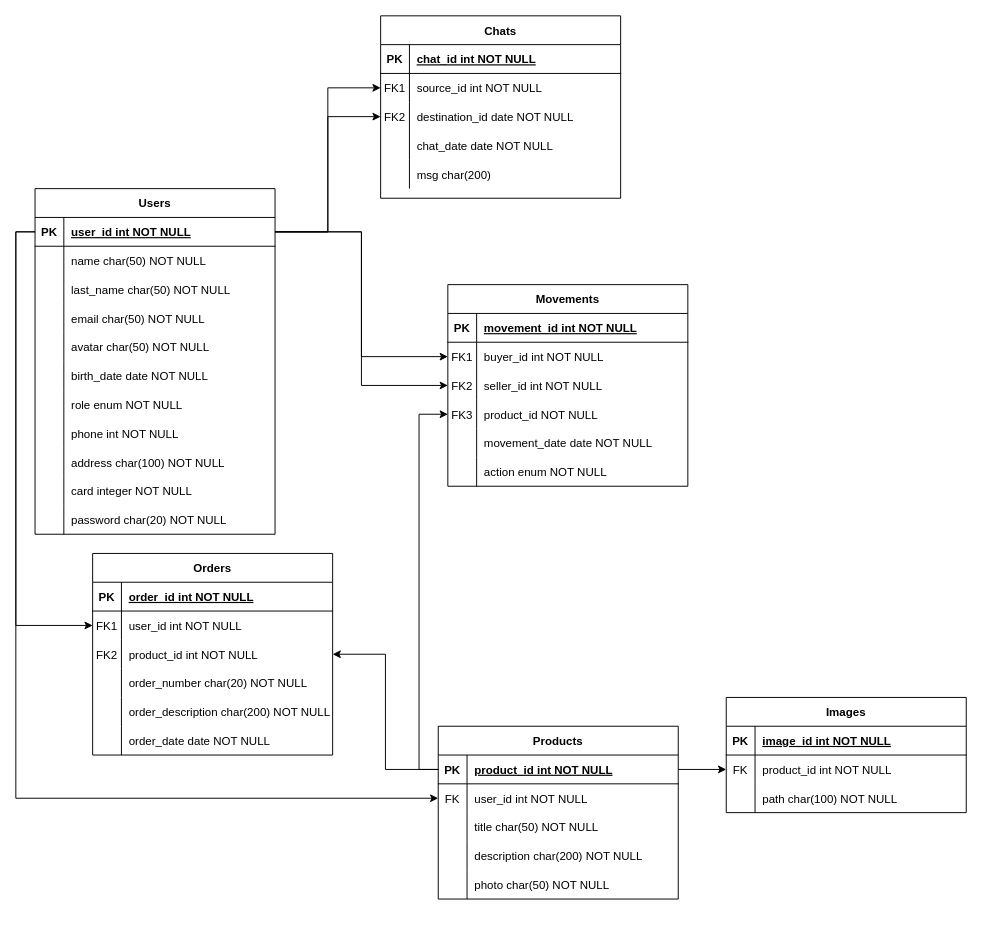
Earlier version of the draw.io diagram images/diagram3.drawio (adrianoosses/final-back). Source tidied: cells renumbered, new cells numbered last; positions are measured from the earlier drawing's top-left corner, leaving out a move shared by most shapes. Both pictures are drawn from the tidied source at 96%, with x=0, y=0 at pixel (35, 15).
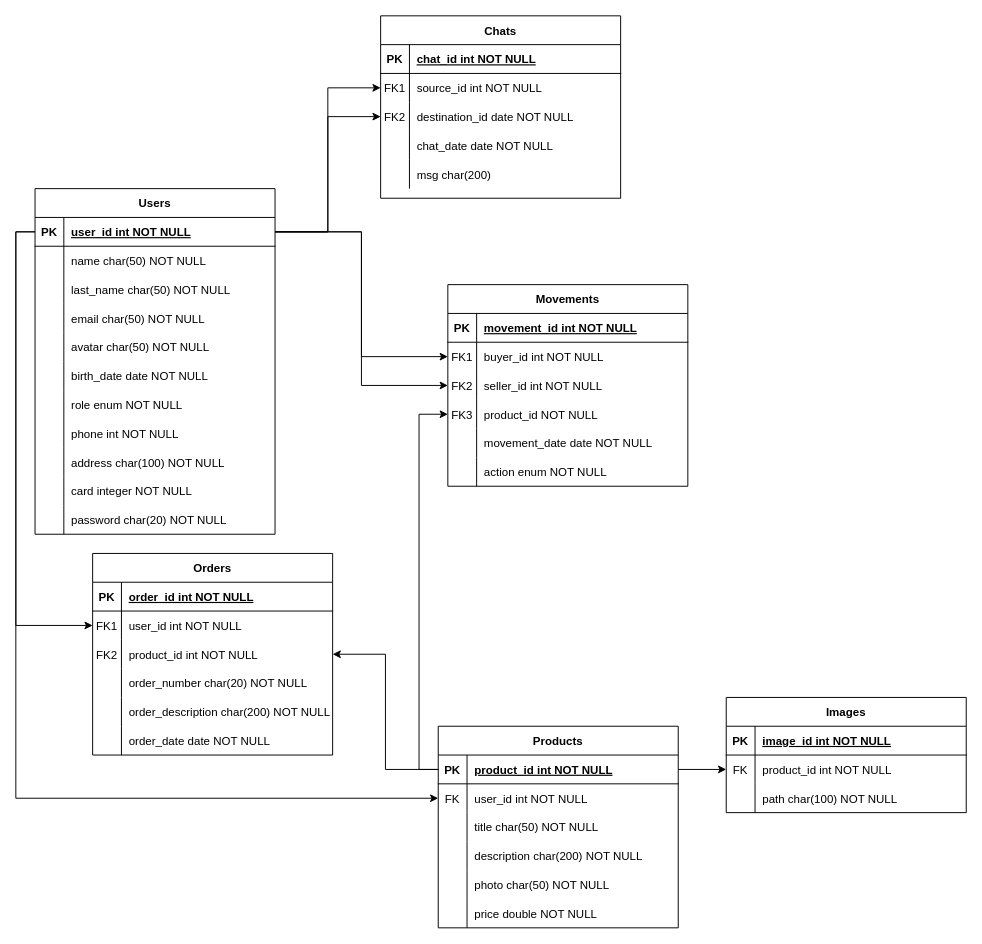
The same diagram, later.

Change to the diagram source:
```diff
@@
     <mxCell id="71" value="Products" style="shape=table;startSize=30;childLayout=tableLayout;rowLines=0;fontStyle=1;align=center;" parent="1" vertex="1">
-      <mxGeometry x="420" y="740" width="250" height="180" as="geometry" />
+      <mxGeometry x="420" y="740" width="250" height="210" as="geometry" />
     </mxCell>
@@
+    <mxCell id="125" style="shape=partialRectangle;fillColor=none;top=0;left=0;right=0;bottom=0;" parent="71" vertex="1">
+      <mxGeometry y="180" width="250" height="30" as="geometry" />
+    </mxCell>
+    <mxCell id="126" style="shape=partialRectangle;overflow=hidden;fillColor=none;top=0;left=0;bottom=0;right=0;" parent="125" vertex="1">
+      <mxGeometry width="30" height="30" as="geometry" />
+    </mxCell>
+    <mxCell id="127" value="price double NOT NULL" style="shape=partialRectangle;overflow=hidden;fillColor=none;top=0;left=0;bottom=0;right=0;align=left;spacingLeft=6;" parent="125" vertex="1">
+      <mxGeometry x="30" width="220" height="30" as="geometry" />
+    </mxCell>
```
